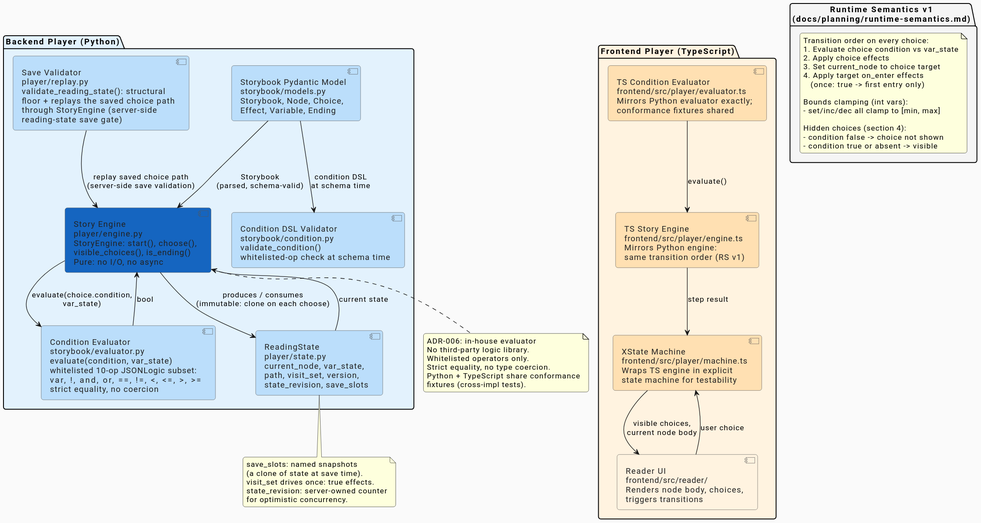
Before: docs/architecture/diagrams/component-player.svg, a diagram exported from PlantUML (ByronWilliamsCPA/cyo-adventure).
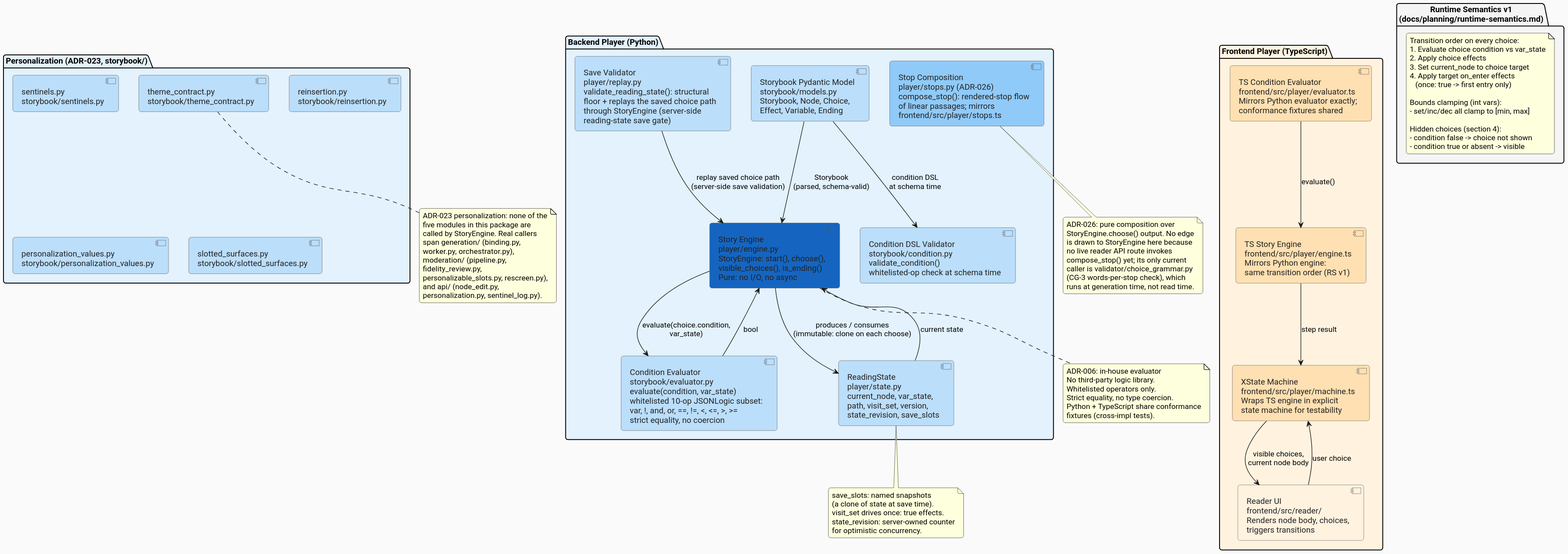
The same diagram one commit later.

The edit, as a diff of the source:
```diff
@@ -24,6 +24,16 @@
 
   component "Save Validator\nplayer/replay.py\nvalidate_reading_state(): structural\nfloor + replays the saved choice path\nthrough StoryEngine (server-side\nreading-state save gate)" as replay #BBDEFB
 
+  component "Stop Composition\nplayer/stops.py (ADR-026)\ncompose_stop(): rendered-stop flow\nof linear passages; mirrors\nfrontend/src/player/stops.ts" as stops #90CAF9
+
+}
+
+package "Personalization (ADR-023, storybook/)" #E3F2FD {
+  component "sentinels.py\nstorybook/sentinels.py" as sentinels #BBDEFB
+  component "reinsertion.py\nstorybook/reinsertion.py" as reinsertion #BBDEFB
+  component "personalization_values.py\nstorybook/personalization_values.py" as pers_values #BBDEFB
+  component "slotted_surfaces.py\nstorybook/slotted_surfaces.py" as slotted_surfaces #BBDEFB
+  component "theme_contract.py\nstorybook/theme_contract.py" as theme_contract #BBDEFB
 }
 
 package "Frontend Player (TypeScript)" #FFF3E0 {
@@ -85,4 +95,28 @@
   state_revision: server-owned counter
   for optimistic concurrency.
 end note
+
+note bottom of stops
+  ADR-026: pure composition over
+  StoryEngine.choose() output. No edge
+  is drawn to StoryEngine here because
+  no live reader API route invokes
+  compose_stop() yet; its only current
+  caller is validator/choice_grammar.py
+  (CG-3 words-per-stop check), which
+  runs at generation time, not read time.
+end note
+
+note bottom of theme_contract
+  ADR-023 personalization: none of the
+  five modules in this package are
+  called by StoryEngine. Real callers
+  span generation/ (binding.py,
+  worker.py, orchestrator.py),
+  moderation/ (pipeline.py,
+  fidelity_review.py,
+  personalizable_slots.py, rescreen.py),
+  and api/ (node_edit.py,
+  personalization.py, sentinel_log.py).
+end note
 @enduml
```
